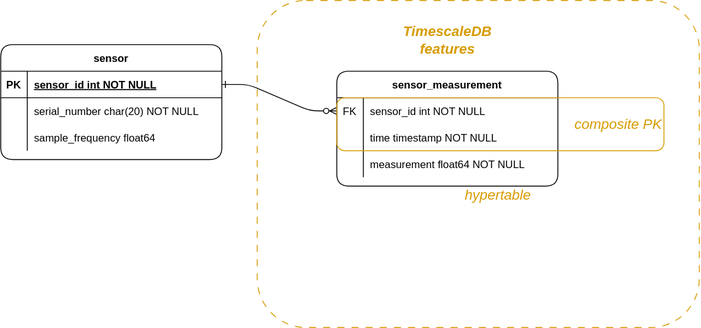
iferdel/sensor-data-streaming-pubsub keeps this draw.io diagram as assets/sensor-data-streaming-pubsub-erd.drawio.svg. Above is the earlier version. Source tidied: cells renumbered, new cells last; positions are measured from the earlier drawing's top-left corner, leaving out a move shared by most shapes.
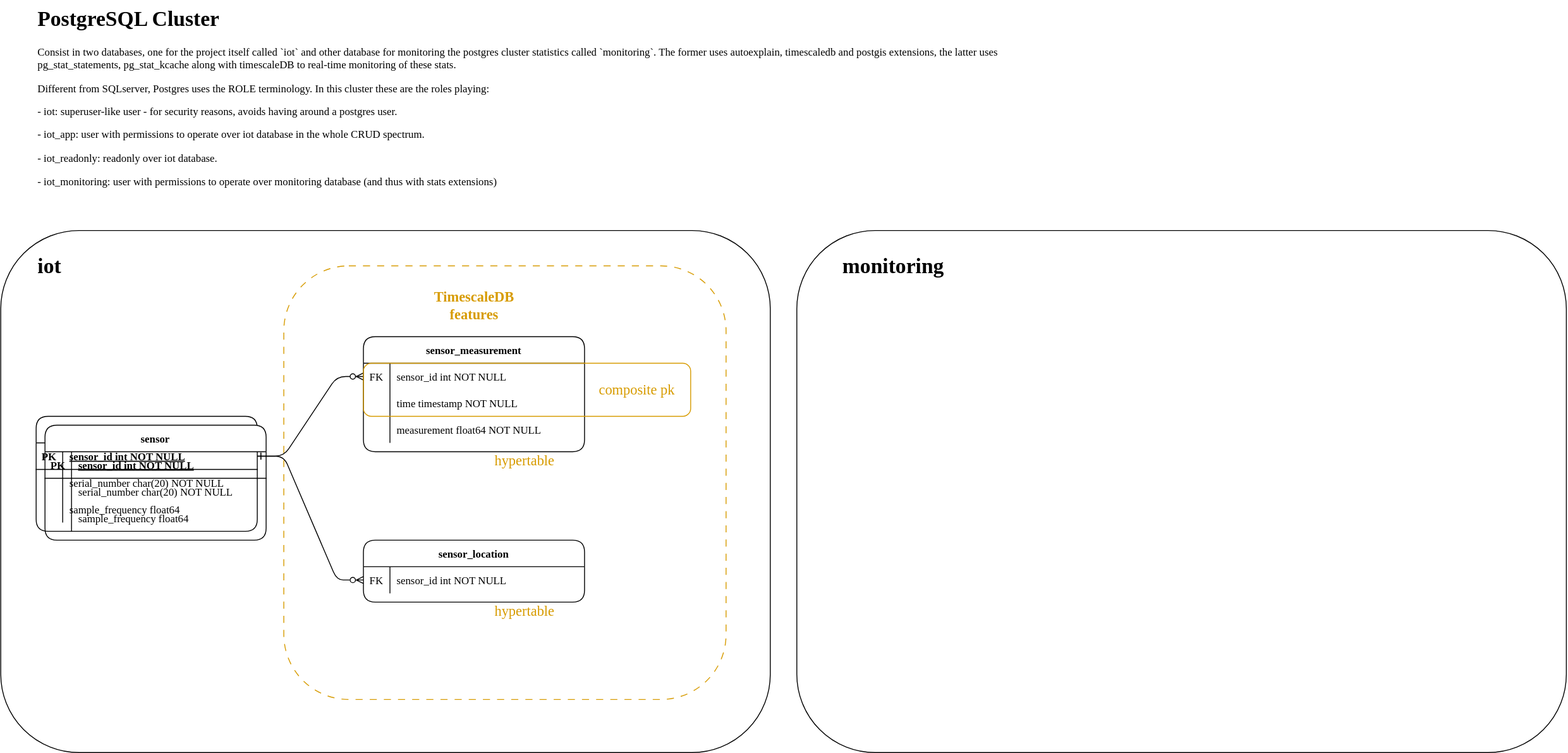
The same file after the commit.

Change to the diagram source:
```diff
@@ -2,86 +2,155 @@
   <root>
     <mxCell id="0" />
     <mxCell id="1" parent="0" />
+    <mxCell id="29" style="rounded=1;whiteSpace=wrap;html=1;fillColor=none;fontFamily=Lucida Console;" parent="1" vertex="1">
+      <mxGeometry x="-30" y="-40" width="870" height="590" as="geometry" />
+    </mxCell>
-    <mxCell id="2" style="rounded=1;whiteSpace=wrap;html=1;fillColor=none;dashed=1;dashPattern=8 8;strokeColor=#d79b00;" parent="1" vertex="1">
-      <mxGeometry x="290" width="500" height="370" as="geometry" />
+    <mxCell id="2" style="rounded=1;whiteSpace=wrap;html=1;fillColor=none;dashed=1;dashPattern=8 8;strokeColor=#d79b00;fontFamily=Lucida Console;" parent="1" vertex="1">
+      <mxGeometry x="290" width="500" height="490" as="geometry" />
     </mxCell>
-    <mxCell id="3" style="edgeStyle=entityRelationEdgeStyle;endArrow=ERzeroToMany;startArrow=ERone;endFill=1;startFill=0;" parent="1" edge="1" source="15" target="5">
+    <mxCell id="3" style="edgeStyle=entityRelationEdgeStyle;endArrow=ERzeroToMany;startArrow=ERone;endFill=1;startFill=0;fontFamily=Lucida Console;" parent="1" edge="1" source="15" target="5">
       <mxGeometry relative="1" as="geometry" />
     </mxCell>
-    <mxCell id="4" value="sensor_measurement" style="shape=table;startSize=30;rowLines=0;fontStyle=1;align=center;rounded=1;" parent="1" vertex="1">
-      <mxGeometry x="380" y="80" width="250" height="130" as="geometry" />
-    </mxCell>
-    <mxCell id="5" style="shape=partialRectangle;fillColor=none;points=[[0,0.5],[1,0.5]];portConstraint=eastwest;top=0;left=0;right=0;bottom=0;" parent="4" vertex="1">
-      <mxGeometry y="30" width="250" height="30" as="geometry" />
-    </mxCell>
-    <mxCell id="6" value="FK" style="shape=partialRectangle;overflow=hidden;fillColor=none;top=0;left=0;bottom=0;right=0;" parent="5" vertex="1">
-      <mxGeometry width="30" height="30" as="geometry" />
-    </mxCell>
-    <mxCell id="7" value="sensor_id int NOT NULL" style="shape=partialRectangle;overflow=hidden;fillColor=none;top=0;left=0;bottom=0;right=0;align=left;spacingLeft=6;" parent="5" vertex="1">
-      <mxGeometry x="30" width="220" height="30" as="geometry" />
-    </mxCell>
-    <mxCell id="8" style="shape=partialRectangle;fillColor=none;top=0;left=0;right=0;bottom=0;" parent="4" vertex="1">
-      <mxGeometry y="60" width="250" height="30" as="geometry" />
-    </mxCell>
-    <mxCell id="9" style="shape=partialRectangle;overflow=hidden;fillColor=none;top=0;left=0;bottom=0;right=0;" parent="8" vertex="1">
-      <mxGeometry width="30" height="30" as="geometry" />
-    </mxCell>
-    <mxCell id="10" value="time timestamp NOT NULL" style="shape=partialRectangle;overflow=hidden;fillColor=none;top=0;left=0;bottom=0;right=0;align=left;spacingLeft=6;" parent="8" vertex="1">
-      <mxGeometry x="30" width="220" height="30" as="geometry" />
-    </mxCell>
-    <mxCell id="11" style="shape=partialRectangle;fillColor=none;top=0;left=0;right=0;bottom=0;" parent="4" vertex="1">
-      <mxGeometry y="90" width="250" height="30" as="geometry" />
-    </mxCell>
-    <mxCell id="12" style="shape=partialRectangle;overflow=hidden;fillColor=none;top=0;left=0;bottom=0;right=0;" parent="11" vertex="1">
-      <mxGeometry width="30" height="30" as="geometry" />
-    </mxCell>
-    <mxCell id="13" value="measurement float64 NOT NULL" style="shape=partialRectangle;overflow=hidden;fillColor=none;top=0;left=0;bottom=0;right=0;align=left;spacingLeft=6;" parent="11" vertex="1">
-      <mxGeometry x="30" width="220" height="30" as="geometry" />
-    </mxCell>
-    <mxCell id="14" value="sensor" style="shape=table;startSize=30;rowLines=0;fontStyle=1;align=center;rounded=1;" parent="1" vertex="1">
-      <mxGeometry y="50" width="250" height="130" as="geometry" />
+    <mxCell id="14" value="sensor" style="shape=table;startSize=30;rowLines=0;fontStyle=1;align=center;rounded=1;fontFamily=Lucida Console;" parent="1" vertex="1">
+      <mxGeometry x="10" y="170" width="250" height="130" as="geometry" />
     </mxCell>
-    <mxCell id="15" style="shape=partialRectangle;fillColor=none;points=[[0,0.5],[1,0.5]];portConstraint=eastwest;top=0;left=0;right=0;bottom=1;" parent="14" vertex="1">
+    <mxCell id="15" style="shape=partialRectangle;fillColor=none;points=[[0,0.5],[1,0.5]];portConstraint=eastwest;top=0;left=0;right=0;bottom=1;fontFamily=Lucida Console;" parent="14" vertex="1">
       <mxGeometry y="30" width="250" height="30" as="geometry" />
     </mxCell>
-    <mxCell id="16" value="PK" style="shape=partialRectangle;overflow=hidden;fillColor=none;top=0;left=0;bottom=0;right=0;fontStyle=1;" parent="15" vertex="1">
+    <mxCell id="16" value="PK" style="shape=partialRectangle;overflow=hidden;fillColor=none;top=0;left=0;bottom=0;right=0;fontStyle=1;fontFamily=Lucida Console;" parent="15" vertex="1">
       <mxGeometry width="30" height="30" as="geometry" />
     </mxCell>
-    <mxCell id="17" value="sensor_id int NOT NULL " style="shape=partialRectangle;overflow=hidden;fillColor=none;top=0;left=0;bottom=0;right=0;align=left;spacingLeft=6;fontStyle=5;" parent="15" vertex="1">
+    <mxCell id="17" value="sensor_id int NOT NULL " style="shape=partialRectangle;overflow=hidden;fillColor=none;top=0;left=0;bottom=0;right=0;align=left;spacingLeft=6;fontStyle=5;fontFamily=Lucida Console;" parent="15" vertex="1">
       <mxGeometry x="30" width="220" height="30" as="geometry" />
     </mxCell>
-    <mxCell id="18" style="shape=partialRectangle;fillColor=none;top=0;left=0;right=0;bottom=0;" parent="14" vertex="1">
+    <mxCell id="18" style="shape=partialRectangle;fillColor=none;top=0;left=0;right=0;bottom=0;fontFamily=Lucida Console;" parent="14" vertex="1">
       <mxGeometry y="60" width="250" height="30" as="geometry" />
     </mxCell>
-    <mxCell id="19" style="shape=partialRectangle;overflow=hidden;fillColor=none;top=0;left=0;bottom=0;right=0;" parent="18" vertex="1">
+    <mxCell id="19" style="shape=partialRectangle;overflow=hidden;fillColor=none;top=0;left=0;bottom=0;right=0;fontFamily=Lucida Console;" parent="18" vertex="1">
       <mxGeometry width="30" height="30" as="geometry" />
     </mxCell>
-    <mxCell id="20" value="serial_number char(20) NOT NULL" style="shape=partialRectangle;overflow=hidden;fillColor=none;top=0;left=0;bottom=0;right=0;align=left;spacingLeft=6;" parent="18" vertex="1">
+    <mxCell id="20" value="serial_number char(20) NOT NULL" style="shape=partialRectangle;overflow=hidden;fillColor=none;top=0;left=0;bottom=0;right=0;align=left;spacingLeft=6;fontFamily=Lucida Console;" parent="18" vertex="1">
       <mxGeometry x="30" width="220" height="30" as="geometry" />
     </mxCell>
-    <mxCell id="21" style="shape=partialRectangle;fillColor=none;top=0;left=0;right=0;bottom=0;" parent="14" vertex="1">
+    <mxCell id="21" style="shape=partialRectangle;fillColor=none;top=0;left=0;right=0;bottom=0;fontFamily=Lucida Console;" parent="14" vertex="1">
       <mxGeometry y="90" width="250" height="30" as="geometry" />
     </mxCell>
-    <mxCell id="22" style="shape=partialRectangle;overflow=hidden;fillColor=none;top=0;left=0;bottom=0;right=0;" parent="21" vertex="1">
+    <mxCell id="22" style="shape=partialRectangle;overflow=hidden;fillColor=none;top=0;left=0;bottom=0;right=0;fontFamily=Lucida Console;" parent="21" vertex="1">
       <mxGeometry width="30" height="30" as="geometry" />
     </mxCell>
-    <mxCell id="23" value="sample_frequency float64" style="shape=partialRectangle;overflow=hidden;fillColor=none;top=0;left=0;bottom=0;right=0;align=left;spacingLeft=6;" parent="21" vertex="1">
+    <mxCell id="23" value="sample_frequency float64" style="shape=partialRectangle;overflow=hidden;fillColor=none;top=0;left=0;bottom=0;right=0;align=left;spacingLeft=6;fontFamily=Lucida Console;" parent="21" vertex="1">
       <mxGeometry x="30" width="220" height="30" as="geometry" />
     </mxCell>
-    <mxCell id="24" value="&lt;i&gt;&lt;font style=&quot;color: rgb(215, 155, 0);&quot;&gt;&lt;b&gt;TimescaleDB features&lt;/b&gt;&lt;/font&gt;&lt;/i&gt;" style="text;html=1;align=center;verticalAlign=middle;whiteSpace=wrap;rounded=0;fontSize=16;" parent="1" vertex="1">
+    <mxCell id="24" value="&lt;font style=&quot;color: rgb(215, 155, 0);&quot;&gt;&lt;b style=&quot;&quot;&gt;TimescaleDB features&lt;/b&gt;&lt;/font&gt;" style="text;html=1;align=center;verticalAlign=middle;whiteSpace=wrap;rounded=0;fontSize=16;fontFamily=Lucida Console;" parent="1" vertex="1">
       <mxGeometry x="437.5" y="20" width="135" height="50" as="geometry" />
     </mxCell>
+    <mxCell id="30" style="edgeStyle=entityRelationEdgeStyle;rounded=1;jettySize=auto;html=1;exitX=1;exitY=0.5;exitDx=0;exitDy=0;entryX=0;entryY=0.5;entryDx=0;entryDy=0;fontSize=12;startSize=6;endSize=6;strokeColor=default;curved=0;startArrow=ERone;startFill=0;endArrow=ERzeroToMany;endFill=0;fontFamily=Lucida Console;" parent="1" edge="1" source="15" target="34">
+      <mxGeometry relative="1" as="geometry" />
+    </mxCell>
+    <mxCell id="31" style="group;fontFamily=Lucida Console;" parent="1" vertex="1">
+      <mxGeometry x="380" y="80" width="370" height="150" as="geometry" />
+    </mxCell>
+    <mxCell id="4" value="sensor_measurement" style="shape=table;startSize=30;rowLines=0;fontStyle=1;align=center;rounded=1;fontFamily=Lucida Console;" parent="31" vertex="1">
+      <mxGeometry width="250" height="130" as="geometry" />
+    </mxCell>
+    <mxCell id="5" style="shape=partialRectangle;fillColor=none;points=[[0,0.5],[1,0.5]];portConstraint=eastwest;top=0;left=0;right=0;bottom=0;fontFamily=Lucida Console;" parent="4" vertex="1">
+      <mxGeometry y="30" width="250" height="30" as="geometry" />
+    </mxCell>
+    <mxCell id="6" value="FK" style="shape=partialRectangle;overflow=hidden;fillColor=none;top=0;left=0;bottom=0;right=0;fontFamily=Lucida Console;" parent="5" vertex="1">
+      <mxGeometry width="30" height="30" as="geometry" />
+    </mxCell>
+    <mxCell id="7" value="sensor_id int NOT NULL" style="shape=partialRectangle;overflow=hidden;fillColor=none;top=0;left=0;bottom=0;right=0;align=left;spacingLeft=6;fontFamily=Lucida Console;" parent="5" vertex="1">
+      <mxGeometry x="30" width="220" height="30" as="geometry" />
+    </mxCell>
+    <mxCell id="8" style="shape=partialRectangle;fillColor=none;top=0;left=0;right=0;bottom=0;fontFamily=Lucida Console;" parent="4" vertex="1">
+      <mxGeometry y="60" width="250" height="30" as="geometry" />
+    </mxCell>
+    <mxCell id="9" style="shape=partialRectangle;overflow=hidden;fillColor=none;top=0;left=0;bottom=0;right=0;fontFamily=Lucida Console;" parent="8" vertex="1">
+      <mxGeometry width="30" height="30" as="geometry" />
+    </mxCell>
+    <mxCell id="10" value="time timestamp NOT NULL" style="shape=partialRectangle;overflow=hidden;fillColor=none;top=0;left=0;bottom=0;right=0;align=left;spacingLeft=6;fontFamily=Lucida Console;" parent="8" vertex="1">
+      <mxGeometry x="30" width="220" height="30" as="geometry" />
+    </mxCell>
+    <mxCell id="11" style="shape=partialRectangle;fillColor=none;top=0;left=0;right=0;bottom=0;fontFamily=Lucida Console;" parent="4" vertex="1">
+      <mxGeometry y="90" width="250" height="30" as="geometry" />
+    </mxCell>
+    <mxCell id="12" style="shape=partialRectangle;overflow=hidden;fillColor=none;top=0;left=0;bottom=0;right=0;fontFamily=Lucida Console;" parent="11" vertex="1">
+      <mxGeometry width="30" height="30" as="geometry" />
+    </mxCell>
+    <mxCell id="13" value="measurement float64 NOT NULL" style="shape=partialRectangle;overflow=hidden;fillColor=none;top=0;left=0;bottom=0;right=0;align=left;spacingLeft=6;fontFamily=Lucida Console;" parent="11" vertex="1">
+      <mxGeometry x="30" width="220" height="30" as="geometry" />
+    </mxCell>
-    <mxCell id="25" value="&lt;i&gt;&lt;font style=&quot;color: rgb(215, 155, 0);&quot;&gt;hypertable&lt;/font&gt;&lt;/i&gt;" style="text;html=1;align=center;verticalAlign=middle;whiteSpace=wrap;rounded=0;fontSize=16;" parent="1" vertex="1">
-      <mxGeometry x="495" y="210" width="135" height="20" as="geometry" />
+    <mxCell id="25" value="&lt;font style=&quot;color: rgb(215, 155, 0);&quot;&gt;hypertable&lt;/font&gt;" style="text;html=1;align=center;verticalAlign=middle;whiteSpace=wrap;rounded=0;fontSize=16;fontFamily=Lucida Console;" parent="31" vertex="1">
+      <mxGeometry x="115" y="130" width="135" height="20" as="geometry" />
     </mxCell>
-    <mxCell id="26" style="group;" parent="1" vertex="1">
-      <mxGeometry x="380" y="110" width="370" height="60" as="geometry" />
+    <mxCell id="26" style="group;fontFamily=Lucida Console;" parent="31" vertex="1">
+      <mxGeometry y="30" width="370" height="60" as="geometry" />
     </mxCell>
-    <mxCell id="27" style="rounded=1;whiteSpace=wrap;html=1;fillColor=none;strokeColor=#D79B00;" parent="26" vertex="1">
+    <mxCell id="27" style="rounded=1;whiteSpace=wrap;html=1;fillColor=none;strokeColor=#D79B00;fontFamily=Lucida Console;" parent="26" vertex="1">
       <mxGeometry width="370" height="60" as="geometry" />
     </mxCell>
-    <mxCell id="28" value="&lt;font color=&quot;#d79b00&quot;&gt;&lt;i&gt;composite PK&lt;/i&gt;&lt;/font&gt;" style="text;html=1;align=right;verticalAlign=middle;whiteSpace=wrap;rounded=0;fontSize=16;" parent="26" vertex="1">
-      <mxGeometry x="238.6" y="20" width="131.4" height="20" as="geometry" />
+    <mxCell id="28" value="&lt;font color=&quot;#d79b00&quot;&gt;composite pk&lt;/font&gt;" style="text;html=1;align=center;verticalAlign=middle;whiteSpace=wrap;rounded=0;fontSize=16;fontFamily=Lucida Console;" parent="26" vertex="1">
+      <mxGeometry x="248.6" y="20" width="121.5" height="20" as="geometry" />
     </mxCell>
+    <mxCell id="32" style="group;fontFamily=Lucida Console;" parent="1" vertex="1">
+      <mxGeometry x="380" y="310" width="250" height="90" as="geometry" />
+    </mxCell>
+    <mxCell id="33" value="sensor_location" style="shape=table;startSize=30;rowLines=0;fontStyle=1;align=center;rounded=1;fontFamily=Lucida Console;" parent="32" vertex="1">
+      <mxGeometry width="250" height="70" as="geometry" />
+    </mxCell>
+    <mxCell id="34" style="shape=partialRectangle;fillColor=none;points=[[0,0.5],[1,0.5]];portConstraint=eastwest;top=0;left=0;right=0;bottom=0;fontFamily=Lucida Console;" parent="33" vertex="1">
+      <mxGeometry y="30" width="250" height="30" as="geometry" />
+    </mxCell>
+    <mxCell id="35" value="FK" style="shape=partialRectangle;overflow=hidden;fillColor=none;top=0;left=0;bottom=0;right=0;fontFamily=Lucida Console;" parent="34" vertex="1">
+      <mxGeometry width="30" height="30" as="geometry" />
+    </mxCell>
+    <mxCell id="36" value="sensor_id int NOT NULL" style="shape=partialRectangle;overflow=hidden;fillColor=none;top=0;left=0;bottom=0;right=0;align=left;spacingLeft=6;fontFamily=Lucida Console;" parent="34" vertex="1">
+      <mxGeometry x="30" width="220" height="30" as="geometry" />
+    </mxCell>
+    <mxCell id="37" value="&lt;font style=&quot;color: rgb(215, 155, 0);&quot;&gt;hypertable&lt;/font&gt;" style="text;html=1;align=center;verticalAlign=middle;whiteSpace=wrap;rounded=0;fontSize=16;fontFamily=Lucida Console;" parent="32" vertex="1">
+      <mxGeometry x="115" y="70" width="135" height="20" as="geometry" />
+    </mxCell>
+    <mxCell id="38" value="&lt;h1 style=&quot;margin-top: 0px;&quot;&gt;&lt;font&gt;iot&lt;/font&gt;&lt;/h1&gt;" style="text;html=1;whiteSpace=wrap;overflow=hidden;rounded=0;fontFamily=Lucida Console;" parent="1" vertex="1">
+      <mxGeometry x="10" y="-20" width="180" height="120" as="geometry" />
+    </mxCell>
+    <mxCell id="39" value="&lt;h1 style=&quot;margin-top: 0px;&quot;&gt;PostgreSQL Cluster&lt;/h1&gt;&lt;p&gt;Consist in two databases, one for the project itself called `iot` and other database for monitoring the postgres cluster statistics called `monitoring`. The former uses autoexplain, timescaledb and postgis extensions, the latter uses pg_stat_statements, pg_stat_kcache along with timescaleDB to real-time monitoring of these stats.&lt;/p&gt;&lt;p&gt;Different from SQLserver, Postgres uses the ROLE terminology. In this cluster these are the roles playing:&lt;/p&gt;&lt;p&gt;- iot: superuser-like user - for security reasons, avoids having around a postgres user.&lt;/p&gt;&lt;p&gt;- iot_app: user with permissions to operate over iot database in the whole CRUD spectrum.&lt;/p&gt;&lt;p&gt;- iot_readonly: readonly over iot database.&lt;/p&gt;&lt;p&gt;- iot_monitoring: user with permissions to operate over monitoring database (and thus with stats extensions)&lt;/p&gt;&lt;div&gt;&lt;br&gt;&lt;/div&gt;" style="text;html=1;whiteSpace=wrap;overflow=hidden;rounded=0;spacing=2;verticalAlign=top;horizontal=1;fontSize=12;fontFamily=Lucida Console;" parent="1" vertex="1">
+      <mxGeometry x="10" y="-300" width="1130" height="250" as="geometry" />
+    </mxCell>
+    <mxCell id="40" style="rounded=1;whiteSpace=wrap;html=1;fillColor=none;fontFamily=Lucida Console;" parent="1" vertex="1">
+      <mxGeometry x="870" y="-40" width="870" height="590" as="geometry" />
+    </mxCell>
+    <mxCell id="41" value="sensor" style="shape=table;startSize=30;rowLines=0;fontStyle=1;align=center;rounded=1;fontFamily=Lucida Console;" parent="1" vertex="1">
+      <mxGeometry x="20" y="180" width="250" height="130" as="geometry" />
+    </mxCell>
+    <mxCell id="42" style="shape=partialRectangle;fillColor=none;top=0;left=0;right=0;bottom=1;fontFamily=Lucida Console;" parent="41" vertex="1">
+      <mxGeometry y="30" width="250" height="30" as="geometry" />
+    </mxCell>
+    <mxCell id="43" value="PK" style="shape=partialRectangle;overflow=hidden;fillColor=none;top=0;left=0;bottom=0;right=0;fontStyle=1;fontFamily=Lucida Console;" parent="42" vertex="1">
+      <mxGeometry width="30" height="30" as="geometry" />
+    </mxCell>
+    <mxCell id="44" value="sensor_id int NOT NULL " style="shape=partialRectangle;overflow=hidden;fillColor=none;top=0;left=0;bottom=0;right=0;align=left;spacingLeft=6;fontStyle=5;fontFamily=Lucida Console;" parent="42" vertex="1">
+      <mxGeometry x="30" width="220" height="30" as="geometry" />
+    </mxCell>
+    <mxCell id="45" style="shape=partialRectangle;fillColor=none;top=0;left=0;right=0;bottom=0;fontFamily=Lucida Console;" parent="41" vertex="1">
+      <mxGeometry y="60" width="250" height="30" as="geometry" />
+    </mxCell>
+    <mxCell id="46" style="shape=partialRectangle;overflow=hidden;fillColor=none;top=0;left=0;bottom=0;right=0;fontFamily=Lucida Console;" parent="45" vertex="1">
+      <mxGeometry width="30" height="30" as="geometry" />
+    </mxCell>
+    <mxCell id="47" value="serial_number char(20) NOT NULL" style="shape=partialRectangle;overflow=hidden;fillColor=none;top=0;left=0;bottom=0;right=0;align=left;spacingLeft=6;fontFamily=Lucida Console;" parent="45" vertex="1">
+      <mxGeometry x="30" width="220" height="30" as="geometry" />
+    </mxCell>
+    <mxCell id="48" style="shape=partialRectangle;fillColor=none;top=0;left=0;right=0;bottom=0;fontFamily=Lucida Console;" parent="41" vertex="1">
+      <mxGeometry y="90" width="250" height="30" as="geometry" />
+    </mxCell>
+    <mxCell id="49" style="shape=partialRectangle;overflow=hidden;fillColor=none;top=0;left=0;bottom=0;right=0;fontFamily=Lucida Console;" parent="48" vertex="1">
+      <mxGeometry width="30" height="30" as="geometry" />
+    </mxCell>
+    <mxCell id="50" value="sample_frequency float64" style="shape=partialRectangle;overflow=hidden;fillColor=none;top=0;left=0;bottom=0;right=0;align=left;spacingLeft=6;fontFamily=Lucida Console;" parent="48" vertex="1">
+      <mxGeometry x="30" width="220" height="30" as="geometry" />
+    </mxCell>
+    <mxCell id="51" value="&lt;h1 style=&quot;margin-top: 0px;&quot;&gt;&lt;font&gt;monitoring&lt;/font&gt;&lt;/h1&gt;" style="text;html=1;whiteSpace=wrap;overflow=hidden;rounded=0;fontFamily=Lucida Console;" parent="1" vertex="1">
+      <mxGeometry x="920" y="-20" width="180" height="120" as="geometry" />
+    </mxCell>
   </root>
 </mxGraphModel>
```
